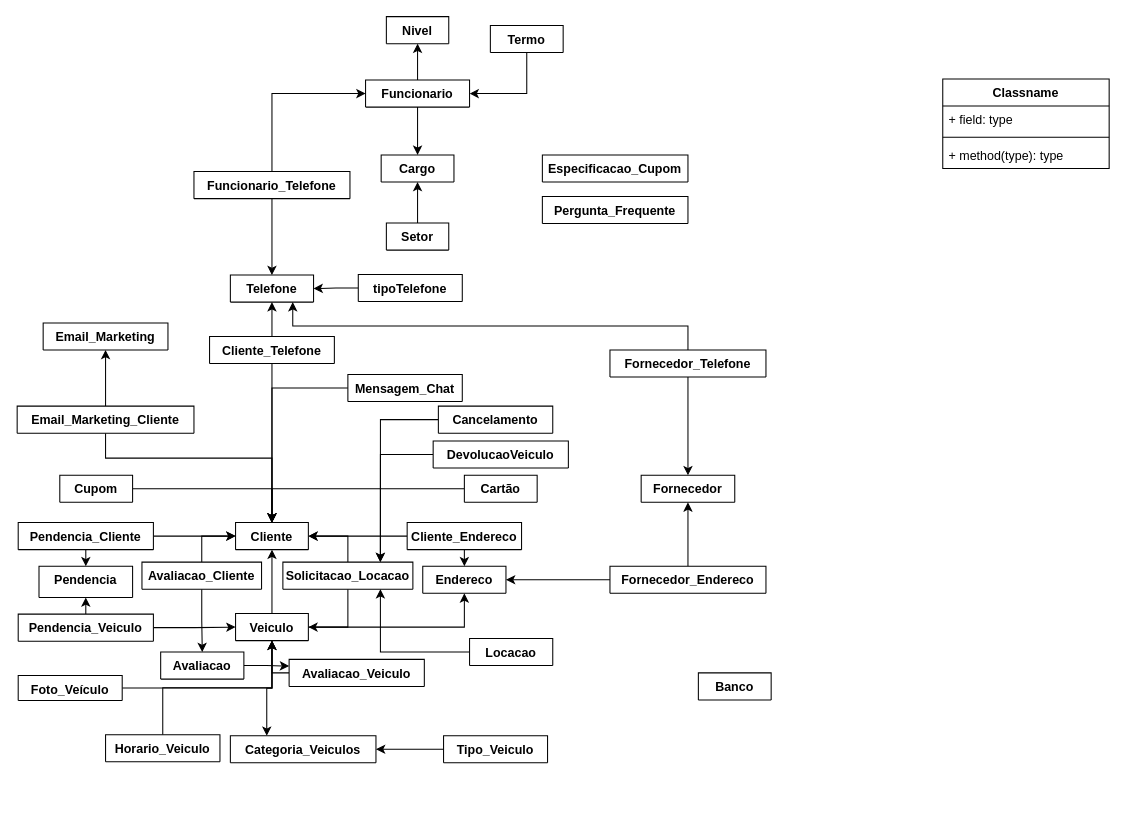
This is diagramaClasse/uml.drawio from klisssolutions/MobShare-Diversos, a draw.io file, before an edit. Source tidied: cells renumbered, new cells numbered last; positions are measured from the earlier drawing's top-left corner, leaving out a move shared by most shapes. Both pictures are drawn from the tidied source at 104%, with x=0, y=0 at pixel (17, 17).
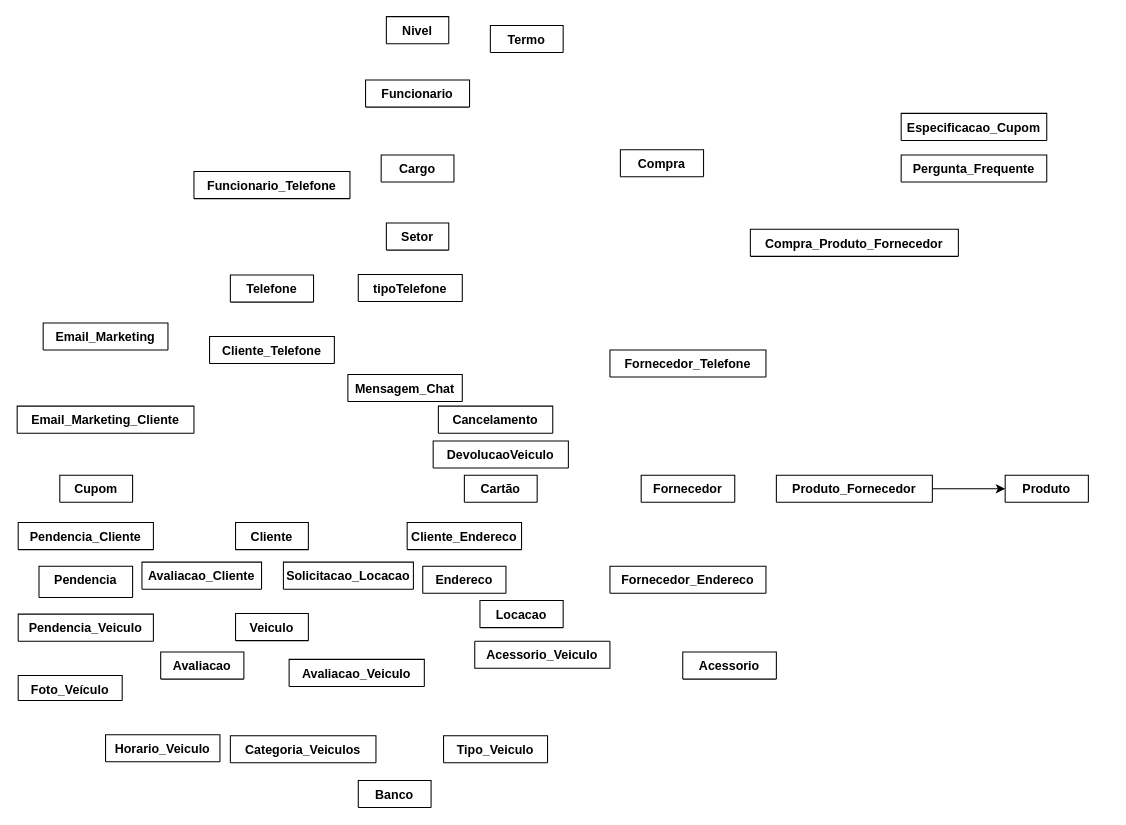
Above is the later version.

Unchanged cells that the change refers to:
```xml
<mxCell id="2" value="Cliente" style="swimlane;fontStyle=1;align=center;verticalAlign=top;horizontal=1;startSize=26;" parent="1" vertex="1" collapsed="1">
<mxCell id="4" value="Cupom" style="swimlane;fontStyle=1;align=center;verticalAlign=top;horizontal=1;startSize=26;" parent="1" vertex="1" collapsed="1">
<mxCell id="6" value="Cartão" style="swimlane;fontStyle=1;align=center;verticalAlign=top;horizontal=1;startSize=26;" parent="1" vertex="1" collapsed="1">
<mxCell id="10" value="Veiculo" style="swimlane;fontStyle=1;align=center;verticalAlign=top;horizontal=1;startSize=26;" parent="1" vertex="1" collapsed="1">
<mxCell id="12" value="Horario_Veiculo" style="swimlane;fontStyle=1;align=center;verticalAlign=top;horizontal=1;startSize=26;" parent="1" vertex="1" collapsed="1">
<mxCell id="15" value="Mensagem_Chat" style="swimlane;fontStyle=1;align=center;verticalAlign=top;horizontal=1;startSize=26;" parent="1" vertex="1" collapsed="1">
<mxCell id="16" value="Cargo" style="swimlane;fontStyle=1;align=center;verticalAlign=top;horizontal=1;startSize=26;" parent="1" vertex="1" collapsed="1">
<mxCell id="19" value="Pendencia_Cliente" style="swimlane;fontStyle=1;align=center;verticalAlign=top;horizontal=1;startSize=26;" parent="1" vertex="1" collapsed="1">
<mxCell id="20" value="Endereco" style="swimlane;fontStyle=1;align=center;verticalAlign=top;horizontal=1;startSize=26;" parent="1" vertex="1" collapsed="1">
<mxCell id="22" value="DevolucaoVeiculo" style="swimlane;fontStyle=1;align=center;verticalAlign=top;horizontal=1;startSize=26;" parent="1" vertex="1" collapsed="1">
<mxCell id="24" value="Avaliacao_Veiculo" style="swimlane;fontStyle=1;align=center;verticalAlign=top;horizontal=1;startSize=26;" parent="1" vertex="1" collapsed="1">
<mxCell id="27" value="Avaliacao_Cliente" style="swimlane;fontStyle=1;align=center;verticalAlign=top;horizontal=1;startSize=26;" parent="1" vertex="1" collapsed="1">
<mxCell id="28" value="Nivel" style="swimlane;fontStyle=1;align=center;verticalAlign=top;horizontal=1;startSize=26;" parent="1" vertex="1" collapsed="1">
<mxCell id="29" value="Pendencia" style="swimlane;fontStyle=1;align=center;verticalAlign=top;horizontal=1;startSize=30;" parent="1" vertex="1" collapsed="1">
<mxCell id="31" value="Setor" style="swimlane;fontStyle=1;align=center;verticalAlign=top;horizontal=1;startSize=26;" parent="1" vertex="1" collapsed="1">
<mxCell id="34" value="Funcionario" style="swimlane;fontStyle=1;align=center;verticalAlign=top;horizontal=1;startSize=26;" parent="1" vertex="1" collapsed="1">
<mxCell id="37" value="Cliente_Endereco" style="swimlane;fontStyle=1;align=center;verticalAlign=top;horizontal=1;startSize=26;" parent="1" vertex="1" collapsed="1">
<mxCell id="40" value="Pendencia_Veiculo" style="swimlane;fontStyle=1;align=center;verticalAlign=top;horizontal=1;startSize=26;" parent="1" vertex="1" collapsed="1">
<mxCell id="45" value="Foto_Veículo" style="swimlane;fontStyle=1;align=center;verticalAlign=top;horizontal=1;startSize=24;" parent="1" vertex="1" collapsed="1">
<mxCell id="47" value="Cancelamento" style="swimlane;fontStyle=1;align=center;verticalAlign=top;horizontal=1;startSize=26;" parent="1" vertex="1" collapsed="1">
<mxCell id="48" value="Fornecedor" style="swimlane;fontStyle=1;align=center;verticalAlign=top;horizontal=1;startSize=26;" parent="1" vertex="1" collapsed="1">
<mxCell id="52" value="Fornecedor_Endereco" style="swimlane;fontStyle=1;align=center;verticalAlign=top;horizontal=1;startSize=26;" parent="1" vertex="1" collapsed="1">
<mxCell id="53" value="Email_Marketing" style="swimlane;fontStyle=1;align=center;verticalAlign=top;horizontal=1;startSize=26;" parent="1" vertex="1" collapsed="1">
<mxCell id="56" value="Email_Marketing_Cliente" style="swimlane;fontStyle=1;align=center;verticalAlign=top;horizontal=1;startSize=26;" parent="1" vertex="1" collapsed="1">
<mxCell id="58" value="tipoTelefone" style="swimlane;fontStyle=1;align=center;verticalAlign=top;horizontal=1;startSize=26;" parent="1" vertex="1" collapsed="1">
<mxCell id="59" value="Telefone" style="swimlane;fontStyle=1;align=center;verticalAlign=top;horizontal=1;startSize=26;" parent="1" vertex="1" collapsed="1">
<mxCell id="62" value="Cliente_Telefone" style="swimlane;fontStyle=1;align=center;verticalAlign=top;horizontal=1;startSize=26;" parent="1" vertex="1" collapsed="1">
<mxCell id="64" value="Termo" style="swimlane;fontStyle=1;align=center;verticalAlign=top;horizontal=1;startSize=26;" parent="1" vertex="1" collapsed="1">
<mxCell id="69" value="Categoria_Veiculos" style="swimlane;fontStyle=1;align=center;verticalAlign=top;horizontal=1;startSize=26;" parent="1" vertex="1" collapsed="1">
<mxCell id="73" value="Fornecedor_Telefone" style="swimlane;fontStyle=1;align=center;verticalAlign=top;horizontal=1;startSize=26;" parent="1" vertex="1" collapsed="1">
<mxCell id="75" value="Avaliacao" style="swimlane;fontStyle=1;align=center;verticalAlign=top;horizontal=1;startSize=26;" parent="1" vertex="1" collapsed="1">
<mxCell id="80" value="Funcionario_Telefone" style="swimlane;fontStyle=1;align=center;verticalAlign=top;horizontal=1;startSize=26;" parent="1" vertex="1" collapsed="1">
<mxCell id="82" value="Tipo_Veiculo" style="swimlane;fontStyle=1;align=center;verticalAlign=top;horizontal=1;startSize=26;" parent="1" vertex="1" collapsed="1">
```

What changed in the source:
```diff
@@
-    <mxCell id="3" style="edgeStyle=orthogonalEdgeStyle;rounded=0;jettySize=auto;html=1;exitX=1;exitY=0.5;exitDx=0;exitDy=0;entryX=0.5;entryY=0;entryDx=0;entryDy=0;" parent="1" edge="1" source="4" target="2">
-      <mxGeometry relative="1" as="geometry" />
-    </mxCell>
@@
-    <mxCell id="5" style="edgeStyle=orthogonalEdgeStyle;rounded=0;jettySize=auto;html=1;exitX=0;exitY=0.5;exitDx=0;exitDy=0;entryX=0.5;entryY=0;entryDx=0;entryDy=0;" parent="1" edge="1" source="6" target="2">
-      <mxGeometry relative="1" as="geometry" />
-    </mxCell>
@@
-    <mxCell id="7" style="edgeStyle=orthogonalEdgeStyle;rounded=0;jettySize=auto;html=1;exitX=0.5;exitY=0;exitDx=0;exitDy=0;entryX=0.5;entryY=1;entryDx=0;entryDy=0;" parent="1" edge="1" source="10" target="2">
-      <mxGeometry relative="1" as="geometry" />
-    </mxCell>
-    <mxCell id="8" style="edgeStyle=orthogonalEdgeStyle;rounded=0;jettySize=auto;html=1;exitX=1;exitY=0.5;exitDx=0;exitDy=0;entryX=0.5;entryY=1;entryDx=0;entryDy=0;" parent="1" edge="1" source="10" target="20">
-      <mxGeometry relative="1" as="geometry" />
-    </mxCell>
-    <mxCell id="9" style="edgeStyle=orthogonalEdgeStyle;rounded=0;jettySize=auto;html=1;exitX=0.5;exitY=1;exitDx=0;exitDy=0;entryX=0.25;entryY=0;entryDx=0;entryDy=0;" parent="1" edge="1" source="10" target="69">
-      <mxGeometry relative="1" as="geometry" />
-    </mxCell>
@@
-    <mxCell id="11" style="edgeStyle=orthogonalEdgeStyle;rounded=0;jettySize=auto;html=1;exitX=0.5;exitY=0;exitDx=0;exitDy=0;entryX=0.5;entryY=1;entryDx=0;entryDy=0;" parent="1" edge="1" source="12" target="10">
-      <mxGeometry relative="1" as="geometry" />
-    </mxCell>
@@
     <mxCell id="13" value="Especificacao_Cupom" style="swimlane;fontStyle=1;align=center;verticalAlign=top;horizontal=1;startSize=26;" parent="1" vertex="1" collapsed="1">
-      <mxGeometry x="505" y="132.5" width="140" height="26" as="geometry" />
+      <mxGeometry x="850" y="92.5" width="140" height="26" as="geometry" />
     </mxCell>
-    <mxCell id="14" style="edgeStyle=orthogonalEdgeStyle;rounded=0;jettySize=auto;html=1;exitX=0;exitY=0.5;exitDx=0;exitDy=0;entryX=0.5;entryY=0;entryDx=0;entryDy=0;" parent="1" edge="1" source="15" target="2">
-      <mxGeometry relative="1" as="geometry" />
-    </mxCell>
@@
-    <mxCell id="17" style="edgeStyle=orthogonalEdgeStyle;rounded=0;jettySize=auto;html=1;exitX=1;exitY=0.5;exitDx=0;exitDy=0;entryX=0;entryY=0.5;entryDx=0;entryDy=0;" parent="1" edge="1" source="19" target="2">
-      <mxGeometry relative="1" as="geometry" />
-    </mxCell>
-    <mxCell id="18" style="edgeStyle=orthogonalEdgeStyle;rounded=0;jettySize=auto;html=1;exitX=0.5;exitY=1;exitDx=0;exitDy=0;entryX=0.5;entryY=0;entryDx=0;entryDy=0;" parent="1" edge="1" source="19" target="29">
-      <mxGeometry relative="1" as="geometry" />
-    </mxCell>
@@
-    <mxCell id="21" style="edgeStyle=orthogonalEdgeStyle;rounded=0;jettySize=auto;html=1;exitX=0;exitY=0.5;exitDx=0;exitDy=0;entryX=0.75;entryY=0;entryDx=0;entryDy=0;" parent="1" edge="1" source="22" target="43">
-      <mxGeometry relative="1" as="geometry" />
-    </mxCell>
@@
-    <mxCell id="23" style="edgeStyle=orthogonalEdgeStyle;rounded=0;jettySize=auto;html=1;exitX=0;exitY=0.5;exitDx=0;exitDy=0;entryX=0.5;entryY=1;entryDx=0;entryDy=0;" parent="1" edge="1" source="24" target="10">
-      <mxGeometry relative="1" as="geometry" />
-    </mxCell>
@@
-    <mxCell id="25" style="edgeStyle=orthogonalEdgeStyle;rounded=0;jettySize=auto;html=1;exitX=0.5;exitY=0;exitDx=0;exitDy=0;entryX=0;entryY=0.5;entryDx=0;entryDy=0;" parent="1" edge="1" source="27" target="2">
-      <mxGeometry relative="1" as="geometry" />
-    </mxCell>
-    <mxCell id="26" style="edgeStyle=orthogonalEdgeStyle;rounded=0;jettySize=auto;html=1;exitX=0.5;exitY=1;exitDx=0;exitDy=0;entryX=0.5;entryY=0;entryDx=0;entryDy=0;" parent="1" edge="1" source="27" target="75">
-      <mxGeometry relative="1" as="geometry" />
-    </mxCell>
@@
-    <mxCell id="30" style="edgeStyle=orthogonalEdgeStyle;rounded=0;jettySize=auto;html=1;exitX=0.5;exitY=0;exitDx=0;exitDy=0;entryX=0.5;entryY=1;entryDx=0;entryDy=0;" parent="1" edge="1" source="31" target="16">
-      <mxGeometry relative="1" as="geometry" />
-    </mxCell>
@@
-    <mxCell id="32" style="edgeStyle=orthogonalEdgeStyle;rounded=0;jettySize=auto;html=1;exitX=0.5;exitY=1;exitDx=0;exitDy=0;entryX=0.5;entryY=0;entryDx=0;entryDy=0;" parent="1" edge="1" source="34" target="16">
-      <mxGeometry relative="1" as="geometry" />
-    </mxCell>
-    <mxCell id="33" style="edgeStyle=orthogonalEdgeStyle;rounded=0;jettySize=auto;html=1;exitX=0.5;exitY=0;exitDx=0;exitDy=0;entryX=0.5;entryY=1;entryDx=0;entryDy=0;" parent="1" edge="1" source="34" target="28">
-      <mxGeometry relative="1" as="geometry" />
-    </mxCell>
@@
-    <mxCell id="35" style="edgeStyle=orthogonalEdgeStyle;rounded=0;jettySize=auto;html=1;exitX=0;exitY=0.5;exitDx=0;exitDy=0;entryX=1;entryY=0.5;entryDx=0;entryDy=0;" parent="1" edge="1" source="37" target="2">
-      <mxGeometry relative="1" as="geometry" />
-    </mxCell>
-    <mxCell id="36" style="edgeStyle=orthogonalEdgeStyle;rounded=0;jettySize=auto;html=1;exitX=0.5;exitY=1;exitDx=0;exitDy=0;entryX=0.5;entryY=0;entryDx=0;entryDy=0;" parent="1" edge="1" source="37" target="20">
-      <mxGeometry relative="1" as="geometry" />
-    </mxCell>
@@
-    <mxCell id="38" style="edgeStyle=orthogonalEdgeStyle;rounded=0;jettySize=auto;html=1;exitX=1;exitY=0.5;exitDx=0;exitDy=0;entryX=0;entryY=0.5;entryDx=0;entryDy=0;" parent="1" edge="1" source="40" target="10">
-      <mxGeometry relative="1" as="geometry" />
-    </mxCell>
-    <mxCell id="39" style="edgeStyle=orthogonalEdgeStyle;rounded=0;jettySize=auto;html=1;exitX=0.5;exitY=0;exitDx=0;exitDy=0;entryX=0.5;entryY=1;entryDx=0;entryDy=0;" parent="1" edge="1" source="40" target="29">
-      <mxGeometry relative="1" as="geometry" />
-    </mxCell>
@@
-    <mxCell id="41" style="edgeStyle=orthogonalEdgeStyle;rounded=0;jettySize=auto;html=1;exitX=0.5;exitY=1;exitDx=0;exitDy=0;entryX=1;entryY=0.5;entryDx=0;entryDy=0;" parent="1" edge="1" source="43" target="10">
-      <mxGeometry relative="1" as="geometry" />
-    </mxCell>
-    <mxCell id="42" style="edgeStyle=orthogonalEdgeStyle;rounded=0;jettySize=auto;html=1;exitX=0.5;exitY=0;exitDx=0;exitDy=0;entryX=1;entryY=0.5;entryDx=0;entryDy=0;" parent="1" edge="1" source="43" target="2">
-      <mxGeometry relative="1" as="geometry" />
-    </mxCell>
     <mxCell id="43" value="Solicitacao_Locacao" style="swimlane;fontStyle=1;align=center;verticalAlign=top;horizontal=1;startSize=26;" parent="1" vertex="1" collapsed="1">
-      <mxGeometry x="255.5" y="524" width="125" height="26" as="geometry" />
+      <mxGeometry x="256" y="524" width="125" height="26" as="geometry" />
     </mxCell>
-    <mxCell id="44" style="edgeStyle=orthogonalEdgeStyle;rounded=0;jettySize=auto;html=1;exitX=1;exitY=0.5;exitDx=0;exitDy=0;entryX=0.5;entryY=1;entryDx=0;entryDy=0;" parent="1" edge="1" source="45" target="10">
-      <mxGeometry relative="1" as="geometry" />
-    </mxCell>
@@
-    <mxCell id="46" style="edgeStyle=orthogonalEdgeStyle;rounded=0;jettySize=auto;html=1;exitX=0;exitY=0.5;exitDx=0;exitDy=0;entryX=0.75;entryY=0;entryDx=0;entryDy=0;" parent="1" edge="1" source="47" target="43">
-      <mxGeometry relative="1" as="geometry" />
-    </mxCell>
@@
     <mxCell id="49" value="Banco" style="swimlane;fontStyle=1;align=center;verticalAlign=top;horizontal=1;startSize=26;" parent="1" vertex="1" collapsed="1">
-      <mxGeometry x="655" y="630.5" width="70" height="26" as="geometry" />
+      <mxGeometry x="328" y="734" width="70" height="26" as="geometry" />
     </mxCell>
-    <mxCell id="50" style="edgeStyle=orthogonalEdgeStyle;rounded=0;jettySize=auto;html=1;exitX=0;exitY=0.5;exitDx=0;exitDy=0;entryX=1;entryY=0.5;entryDx=0;entryDy=0;" parent="1" edge="1" source="52" target="20">
-      <mxGeometry relative="1" as="geometry" />
-    </mxCell>
-    <mxCell id="51" style="edgeStyle=orthogonalEdgeStyle;rounded=0;jettySize=auto;html=1;exitX=0.5;exitY=0;exitDx=0;exitDy=0;entryX=0.5;entryY=1;entryDx=0;entryDy=0;" parent="1" edge="1" source="52" target="48">
-      <mxGeometry relative="1" as="geometry" />
-    </mxCell>
@@
-    <mxCell id="54" style="edgeStyle=orthogonalEdgeStyle;rounded=0;jettySize=auto;html=1;exitX=0.5;exitY=1;exitDx=0;exitDy=0;entryX=0.5;entryY=0;entryDx=0;entryDy=0;" parent="1" edge="1" source="56" target="2">
-      <mxGeometry relative="1" as="geometry">
-        <Array as="points">
-          <mxPoint x="85" y="424" />
-          <mxPoint x="245" y="424" />
-        </Array>
-      </mxGeometry>
-    </mxCell>
-    <mxCell id="55" style="edgeStyle=orthogonalEdgeStyle;rounded=0;jettySize=auto;html=1;exitX=0.5;exitY=0;exitDx=0;exitDy=0;entryX=0.5;entryY=1;entryDx=0;entryDy=0;" parent="1" edge="1" source="56" target="53">
-      <mxGeometry relative="1" as="geometry" />
-    </mxCell>
@@
-    <mxCell id="57" style="edgeStyle=orthogonalEdgeStyle;rounded=0;jettySize=auto;html=1;" parent="1" edge="1" source="58" target="59">
-      <mxGeometry relative="1" as="geometry" />
-    </mxCell>
@@
-    <mxCell id="60" style="edgeStyle=orthogonalEdgeStyle;rounded=0;jettySize=auto;html=1;exitX=0.5;exitY=1;exitDx=0;exitDy=0;entryX=0.5;entryY=0;entryDx=0;entryDy=0;" parent="1" edge="1" source="62" target="2">
-      <mxGeometry relative="1" as="geometry" />
-    </mxCell>
-    <mxCell id="61" style="edgeStyle=orthogonalEdgeStyle;rounded=0;jettySize=auto;html=1;exitX=0.5;exitY=0;exitDx=0;exitDy=0;entryX=0.5;entryY=1;entryDx=0;entryDy=0;" parent="1" edge="1" source="62" target="59">
-      <mxGeometry relative="1" as="geometry" />
-    </mxCell>
@@
-    <mxCell id="63" style="edgeStyle=orthogonalEdgeStyle;rounded=0;jettySize=auto;html=1;exitX=0.5;exitY=1;exitDx=0;exitDy=0;entryX=1;entryY=0.5;entryDx=0;entryDy=0;" parent="1" edge="1" source="64" target="34">
-      <mxGeometry relative="1" as="geometry" />
-    </mxCell>
@@
-    <mxCell id="65" value="Classname" style="swimlane;fontStyle=1;align=center;verticalAlign=top;horizontal=1;startSize=26;" parent="1" vertex="1">
-      <mxGeometry x="890" y="59.5" width="160" height="86" as="geometry" />
-    </mxCell>
-    <mxCell id="66" value="+ field: type" style="text;strokeColor=none;fillColor=none;align=left;verticalAlign=top;spacingLeft=4;spacingRight=4;overflow=hidden;" parent="65" vertex="1">
-      <mxGeometry y="26" width="160" height="26" as="geometry" />
-    </mxCell>
-    <mxCell id="67" style="line;strokeWidth=1;fillColor=none;align=left;verticalAlign=middle;spacingTop=-1;spacingLeft=3;spacingRight=3;labelPosition=right;" parent="65" vertex="1">
-      <mxGeometry y="52" width="160" height="8" as="geometry" />
-    </mxCell>
-    <mxCell id="68" value="+ method(type): type" style="text;strokeColor=none;fillColor=none;align=left;verticalAlign=top;spacingLeft=4;spacingRight=4;overflow=hidden;" parent="65" vertex="1">
-      <mxGeometry y="60" width="160" height="26" as="geometry" />
-    </mxCell>
@@
     <mxCell id="70" value="Pergunta_Frequente" style="swimlane;fontStyle=1;align=center;verticalAlign=top;horizontal=1;startSize=26;" parent="1" vertex="1" collapsed="1">
-      <mxGeometry x="505" y="172.5" width="140" height="26" as="geometry" />
+      <mxGeometry x="850" y="132.5" width="140" height="26" as="geometry" />
     </mxCell>
-    <mxCell id="71" style="edgeStyle=orthogonalEdgeStyle;rounded=0;jettySize=auto;html=1;exitX=0.5;exitY=0;exitDx=0;exitDy=0;entryX=0.75;entryY=1;entryDx=0;entryDy=0;" parent="1" edge="1" source="73" target="59">
-      <mxGeometry relative="1" as="geometry" />
-    </mxCell>
-    <mxCell id="72" style="edgeStyle=orthogonalEdgeStyle;rounded=0;jettySize=auto;html=1;exitX=0.5;exitY=1;exitDx=0;exitDy=0;entryX=0.5;entryY=0;entryDx=0;entryDy=0;" parent="1" edge="1" source="73" target="48">
-      <mxGeometry relative="1" as="geometry" />
-    </mxCell>
@@
-    <mxCell id="74" style="edgeStyle=orthogonalEdgeStyle;rounded=0;jettySize=auto;html=1;exitX=1;exitY=0.5;exitDx=0;exitDy=0;entryX=0;entryY=0.25;entryDx=0;entryDy=0;" parent="1" edge="1" source="75" target="24">
-      <mxGeometry relative="1" as="geometry" />
-    </mxCell>
@@
-    <mxCell id="76" style="edgeStyle=orthogonalEdgeStyle;rounded=0;jettySize=auto;html=1;exitX=0;exitY=0.5;exitDx=0;exitDy=0;entryX=0.75;entryY=1;entryDx=0;entryDy=0;" parent="1" edge="1" source="77" target="43">
-      <mxGeometry relative="1" as="geometry" />
-    </mxCell>
     <mxCell id="77" value="Locacao" style="swimlane;fontStyle=1;align=center;verticalAlign=top;horizontal=1;startSize=26;" parent="1" vertex="1" collapsed="1">
-      <mxGeometry x="435" y="597.5" width="80" height="26" as="geometry" />
+      <mxGeometry x="445" y="561" width="80" height="26" as="geometry" />
     </mxCell>
-    <mxCell id="78" style="edgeStyle=orthogonalEdgeStyle;rounded=0;jettySize=auto;html=1;exitX=0.5;exitY=1;exitDx=0;exitDy=0;entryX=0.5;entryY=0;entryDx=0;entryDy=0;" parent="1" edge="1" source="80" target="59">
-      <mxGeometry relative="1" as="geometry" />
-    </mxCell>
-    <mxCell id="79" style="edgeStyle=orthogonalEdgeStyle;rounded=0;jettySize=auto;html=1;exitX=0.5;exitY=0;exitDx=0;exitDy=0;entryX=0;entryY=0.5;entryDx=0;entryDy=0;" parent="1" edge="1" source="80" target="34">
-      <mxGeometry relative="1" as="geometry" />
-    </mxCell>
@@
-    <mxCell id="81" style="edgeStyle=orthogonalEdgeStyle;rounded=0;jettySize=auto;html=1;exitX=0;exitY=0.5;exitDx=0;exitDy=0;entryX=1;entryY=0.5;entryDx=0;entryDy=0;" parent="1" edge="1" source="82" target="69">
-      <mxGeometry relative="1" as="geometry" />
-    </mxCell>
@@
+    <mxCell id="83" style="edgeStyle=orthogonalEdgeStyle;rounded=0;jettySize=auto;html=1;exitX=1;exitY=0.5;exitDx=0;exitDy=0;entryX=0;entryY=0.5;entryDx=0;entryDy=0;" parent="1" edge="1" source="84" target="89">
+      <mxGeometry relative="1" as="geometry" />
+    </mxCell>
+    <mxCell id="84" value="Produto_Fornecedor" style="swimlane;fontStyle=1;align=center;verticalAlign=top;horizontal=1;startSize=26;" parent="1" vertex="1" collapsed="1">
+      <mxGeometry x="730" y="440.5" width="150" height="26" as="geometry" />
+    </mxCell>
+    <mxCell id="85" value="Acessorio_Veiculo" style="swimlane;fontStyle=1;align=center;verticalAlign=top;horizontal=1;startSize=0;" parent="1" vertex="1" collapsed="1">
+      <mxGeometry x="440" y="600" width="130" height="26" as="geometry" />
+    </mxCell>
+    <mxCell id="86" value="Acessorio" style="swimlane;fontStyle=1;align=center;verticalAlign=top;horizontal=1;startSize=26;" parent="1" vertex="1" collapsed="1">
+      <mxGeometry x="640" y="610.5" width="90" height="26" as="geometry" />
+    </mxCell>
+    <mxCell id="87" value="Compra_Produto_Fornecedor" style="swimlane;fontStyle=1;align=center;verticalAlign=top;horizontal=1;startSize=26;" parent="1" vertex="1" collapsed="1">
+      <mxGeometry x="705" y="204" width="200" height="26" as="geometry" />
+    </mxCell>
+    <mxCell id="88" value="Compra" style="swimlane;fontStyle=1;align=center;verticalAlign=top;horizontal=1;startSize=26;" parent="1" vertex="1" collapsed="1">
+      <mxGeometry x="580" y="127.5" width="80" height="26" as="geometry" />
+    </mxCell>
+    <mxCell id="89" value="Produto" style="swimlane;fontStyle=1;align=center;verticalAlign=top;horizontal=1;startSize=26;" parent="1" vertex="1" collapsed="1">
+      <mxGeometry x="950" y="440.5" width="80" height="26" as="geometry" />
+    </mxCell>
```
